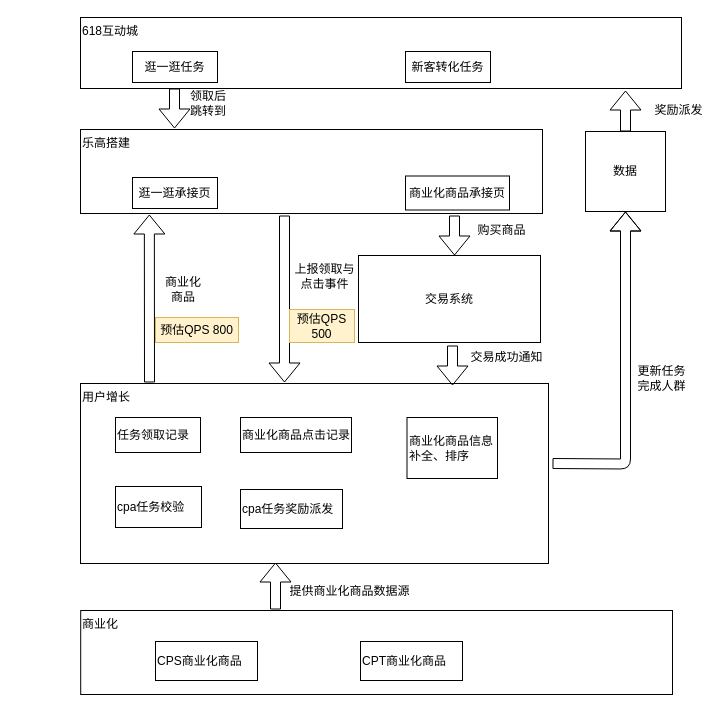
Above: 618互动城技术架构.drawio in zengnm/diagrams (draw.io), before the change. Source tidied: cells renumbered, new cells numbered last; positions are measured from the earlier drawing's top-left corner, leaving out a move shared by most shapes. Both pictures are drawn from the tidied source at 100%, with x=0, y=0 at pixel (80, 17).
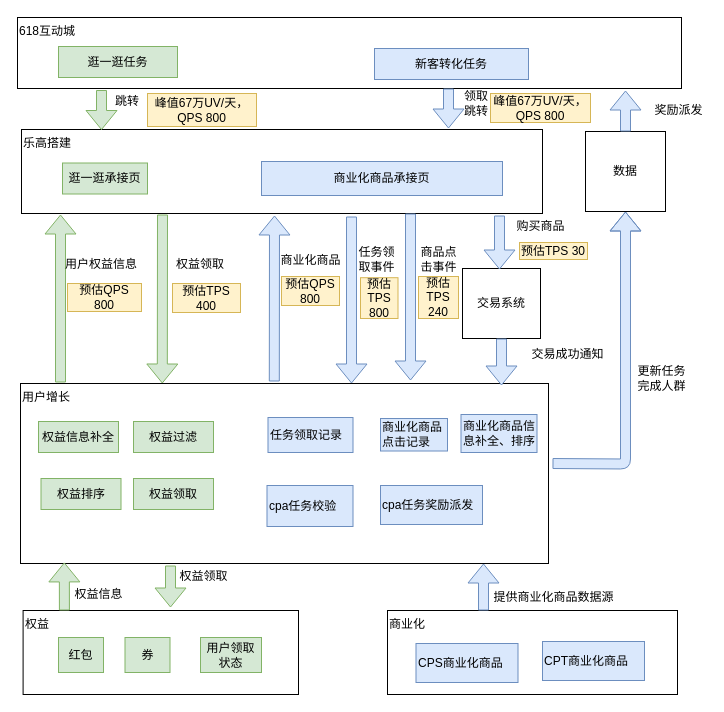
The same diagram, later.

Commit message:
Update 618互动城技术架构.drawio

Unchanged cells that the change refers to:
```xml
<mxCell id="30" value="数据" style="whiteSpace=wrap;html=1;rounded=0;align=center;" parent="1" vertex="1">
  <mxGeometry x="505" y="114" width="80" height="80" as="geometry" />
</mxCell>
```

What changed in the source:
```diff
@@
     <mxCell id="2" value="&lt;div&gt;&lt;span&gt;618互动城&lt;/span&gt;&lt;/div&gt;" style="rounded=0;whiteSpace=wrap;html=1;align=left;verticalAlign=top;" parent="1" vertex="1">
-      <mxGeometry width="601" height="71" as="geometry" />
+      <mxGeometry x="-63" width="664" height="71" as="geometry" />
     </mxCell>
     <mxCell id="3" value="乐高搭建" style="rounded=0;whiteSpace=wrap;html=1;align=left;verticalAlign=top;" parent="1" vertex="1">
-      <mxGeometry y="112" width="462" height="84" as="geometry" />
+      <mxGeometry x="-59" y="112" width="521" height="84" as="geometry" />
     </mxCell>
     <mxCell id="4" value="用户增长" style="rounded=0;whiteSpace=wrap;html=1;verticalAlign=top;align=left;" parent="1" vertex="1">
-      <mxGeometry y="366" width="468" height="180" as="geometry" />
+      <mxGeometry x="-60" y="366" width="528" height="180" as="geometry" />
     </mxCell>
-    <mxCell id="5" value="逛一逛任务" style="rounded=0;whiteSpace=wrap;html=1;" parent="1" vertex="1">
-      <mxGeometry x="52" y="34" width="85" height="31" as="geometry" />
+    <mxCell id="5" value="逛一逛任务" style="rounded=0;whiteSpace=wrap;html=1;fillColor=#d5e8d4;strokeColor=#82b366;" parent="1" vertex="1">
+      <mxGeometry x="-22" y="29" width="119" height="31" as="geometry" />
     </mxCell>
-    <mxCell id="6" value="新客转化任务" style="rounded=0;whiteSpace=wrap;html=1;" parent="1" vertex="1">
-      <mxGeometry x="325" y="34" width="85" height="31" as="geometry" />
+    <mxCell id="6" value="新客转化任务" style="rounded=0;whiteSpace=wrap;html=1;fillColor=#dae8fc;strokeColor=#6c8ebf;" parent="1" vertex="1">
+      <mxGeometry x="294" y="31" width="154" height="31" as="geometry" />
     </mxCell>
-    <mxCell id="7" value="逛一逛承接页" style="rounded=0;whiteSpace=wrap;html=1;" parent="1" vertex="1">
-      <mxGeometry x="52" y="160" width="85" height="31" as="geometry" />
+    <mxCell id="7" value="逛一逛承接页" style="rounded=0;whiteSpace=wrap;html=1;fillColor=#d5e8d4;strokeColor=#82b366;" parent="1" vertex="1">
+      <mxGeometry x="-18" y="145.5" width="85" height="31" as="geometry" />
     </mxCell>
-    <mxCell id="8" value="商业化商品承接页" style="rounded=0;whiteSpace=wrap;html=1;" parent="1" vertex="1">
-      <mxGeometry x="325" y="158.5" width="104" height="34" as="geometry" />
+    <mxCell id="8" value="商业化商品承接页" style="rounded=0;whiteSpace=wrap;html=1;fillColor=#dae8fc;strokeColor=#6c8ebf;" parent="1" vertex="1">
+      <mxGeometry x="181" y="144" width="241" height="34" as="geometry" />
     </mxCell>
-    <mxCell id="9" value="任务领取记录" style="rounded=0;whiteSpace=wrap;html=1;align=left;" parent="1" vertex="1">
-      <mxGeometry x="35" y="400" width="85" height="35" as="geometry" />
+    <mxCell id="9" value="任务领取记录" style="rounded=0;whiteSpace=wrap;html=1;align=left;fillColor=#dae8fc;strokeColor=#6c8ebf;" parent="1" vertex="1">
+      <mxGeometry x="187.5" y="400" width="85" height="35" as="geometry" />
     </mxCell>
-    <mxCell id="10" value="商业化商品点击记录" style="rounded=0;whiteSpace=wrap;html=1;align=left;" parent="1" vertex="1">
-      <mxGeometry x="160" y="400" width="111" height="35" as="geometry" />
+    <mxCell id="10" value="商业化商品点击记录" style="rounded=0;whiteSpace=wrap;html=1;align=left;fillColor=#dae8fc;strokeColor=#6c8ebf;" parent="1" vertex="1">
+      <mxGeometry x="300" y="401" width="67" height="32.5" as="geometry" />
     </mxCell>
-    <mxCell id="11" value="商业化商品信息补全、排序" style="rounded=0;whiteSpace=wrap;html=1;align=left;" parent="1" vertex="1">
-      <mxGeometry x="326.5" y="400" width="90.5" height="61" as="geometry" />
+    <mxCell id="11" value="商业化商品信息补全、排序" style="rounded=0;whiteSpace=wrap;html=1;align=left;fillColor=#dae8fc;strokeColor=#6c8ebf;" parent="1" vertex="1">
+      <mxGeometry x="380.5" y="397" width="76" height="38" as="geometry" />
     </mxCell>
     <mxCell id="12" value="商业化" style="rounded=0;whiteSpace=wrap;html=1;align=left;verticalAlign=top;" parent="1" vertex="1">
-      <mxGeometry x="0.2" y="593" width="591.8" height="84" as="geometry" />
+      <mxGeometry x="307" y="593" width="290" height="84" as="geometry" />
     </mxCell>
-    <mxCell id="13" value="cpa任务校验" style="rounded=0;whiteSpace=wrap;html=1;align=left;" parent="1" vertex="1">
-      <mxGeometry x="35" y="469" width="86" height="41" as="geometry" />
+    <mxCell id="13" value="cpa任务校验" style="rounded=0;whiteSpace=wrap;html=1;align=left;fillColor=#dae8fc;strokeColor=#6c8ebf;" parent="1" vertex="1">
+      <mxGeometry x="186.5" y="468" width="86" height="41" as="geometry" />
     </mxCell>
-    <mxCell id="14" value="cpa任务奖励派发" style="rounded=0;whiteSpace=wrap;html=1;align=left;" parent="1" vertex="1">
-      <mxGeometry x="160" y="472" width="102" height="39" as="geometry" />
+    <mxCell id="14" value="cpa任务奖励派发" style="rounded=0;whiteSpace=wrap;html=1;align=left;fillColor=#dae8fc;strokeColor=#6c8ebf;" parent="1" vertex="1">
+      <mxGeometry x="300" y="468" width="102" height="39" as="geometry" />
     </mxCell>
-    <mxCell id="15" value="CPS商业化商品" style="rounded=0;whiteSpace=wrap;html=1;align=left;" parent="1" vertex="1">
-      <mxGeometry x="75" y="624" width="102" height="39" as="geometry" />
+    <mxCell id="15" value="CPS商业化商品" style="rounded=0;whiteSpace=wrap;html=1;align=left;fillColor=#dae8fc;strokeColor=#6c8ebf;" parent="1" vertex="1">
+      <mxGeometry x="335.5" y="626" width="102" height="39" as="geometry" />
     </mxCell>
-    <mxCell id="16" value="CPT商业化商品" style="rounded=0;whiteSpace=wrap;html=1;align=left;" parent="1" vertex="1">
-      <mxGeometry x="280" y="624" width="102" height="39" as="geometry" />
+    <mxCell id="16" value="CPT商业化商品" style="rounded=0;whiteSpace=wrap;html=1;align=left;fillColor=#dae8fc;strokeColor=#6c8ebf;" parent="1" vertex="1">
+      <mxGeometry x="462" y="624" width="102" height="39" as="geometry" />
     </mxCell>
-    <mxCell id="17" style="shape=flexArrow;endArrow=classic;html=1;" parent="1" edge="1">
+    <mxCell id="17" style="shape=flexArrow;endArrow=classic;html=1;fillColor=#d5e8d4;strokeColor=#82b366;" parent="1" edge="1">
       <mxGeometry relative="1" as="geometry">
-        <mxPoint x="94" y="71" as="sourcePoint" />
-        <mxPoint x="94" y="111" as="targetPoint" />
+        <mxPoint x="21" y="72.5" as="sourcePoint" />
+        <mxPoint x="21" y="112.5" as="targetPoint" />
       </mxGeometry>
     </mxCell>
-    <mxCell id="18" value="领取后跳转到" style="text;html=1;strokeColor=none;fillColor=none;align=center;verticalAlign=middle;whiteSpace=wrap;rounded=0;" parent="1" vertex="1">
-      <mxGeometry x="108" y="76" width="40" height="20" as="geometry" />
+    <mxCell id="18" value="跳转" style="text;html=1;strokeColor=none;fillColor=none;align=center;verticalAlign=middle;whiteSpace=wrap;rounded=0;" parent="1" vertex="1">
+      <mxGeometry x="27" y="74" width="40" height="20" as="geometry" />
     </mxCell>
-    <mxCell id="19" style="shape=flexArrow;endArrow=classic;html=1;" parent="1" edge="1">
+    <mxCell id="19" style="shape=flexArrow;endArrow=classic;html=1;fillColor=#dae8fc;strokeColor=#6c8ebf;" parent="1" edge="1">
       <mxGeometry relative="1" as="geometry">
-        <mxPoint x="204" y="198" as="sourcePoint" />
-        <mxPoint x="204" y="365" as="targetPoint" />
+        <mxPoint x="271" y="199" as="sourcePoint" />
+        <mxPoint x="271" y="366" as="targetPoint" />
       </mxGeometry>
     </mxCell>
     <mxCell id="20" value="交易系统" style="rounded=0;whiteSpace=wrap;html=1;align=center;" parent="1" vertex="1">
-      <mxGeometry x="278" y="238" width="182" height="87" as="geometry" />
+      <mxGeometry x="382" y="251" width="78" height="70" as="geometry" />
     </mxCell>
-    <mxCell id="21" style="shape=flexArrow;endArrow=classic;html=1;" parent="1" edge="1">
+    <mxCell id="21" style="shape=flexArrow;endArrow=classic;html=1;entryX=0.385;entryY=0.014;entryDx=0;entryDy=0;entryPerimeter=0;fillColor=#dae8fc;strokeColor=#6c8ebf;" parent="1" edge="1">
       <mxGeometry relative="1" as="geometry">
-        <mxPoint x="374" y="198" as="sourcePoint" />
-        <mxPoint x="374" y="238" as="targetPoint" />
+        <mxPoint x="419" y="198" as="sourcePoint" />
+        <mxPoint x="419" y="252" as="targetPoint" />
       </mxGeometry>
     </mxCell>
-    <mxCell id="22" style="shape=flexArrow;endArrow=classic;html=1;" parent="1" edge="1">
+    <mxCell id="22" style="shape=flexArrow;endArrow=classic;html=1;exitX=0.5;exitY=1;exitDx=0;exitDy=0;fillColor=#dae8fc;strokeColor=#6c8ebf;" parent="1" edge="1" source="20">
       <mxGeometry relative="1" as="geometry">
-        <mxPoint x="372" y="328" as="sourcePoint" />
-        <mxPoint x="372" y="368" as="targetPoint" />
+        <mxPoint x="421" y="368" as="targetPoint" />
       </mxGeometry>
     </mxCell>
     <mxCell id="23" value="购买商品" style="text;html=1;strokeColor=none;fillColor=none;align=center;verticalAlign=middle;whiteSpace=wrap;rounded=0;" parent="1" vertex="1">
-      <mxGeometry x="391" y="203" width="61" height="19" as="geometry" />
+      <mxGeometry x="430" y="199" width="61" height="19" as="geometry" />
     </mxCell>
     <mxCell id="24" value="交易成功通知" style="text;html=1;strokeColor=none;fillColor=none;align=center;verticalAlign=middle;whiteSpace=wrap;rounded=0;" parent="1" vertex="1">
-      <mxGeometry x="382.8" y="328" width="87" height="23" as="geometry" />
+      <mxGeometry x="444" y="325" width="87" height="23" as="geometry" />
     </mxCell>
-    <mxCell id="25" value="上报领取与点击事件" style="text;html=1;strokeColor=none;fillColor=none;align=center;verticalAlign=middle;whiteSpace=wrap;rounded=0;" parent="1" vertex="1">
-      <mxGeometry x="211" y="231" width="67" height="56" as="geometry" />
+    <mxCell id="25" value="商品点击事件" style="text;html=1;strokeColor=none;fillColor=none;align=center;verticalAlign=middle;whiteSpace=wrap;rounded=0;" parent="1" vertex="1">
+      <mxGeometry x="335.5" y="227" width="45" height="30" as="geometry" />
     </mxCell>
-    <mxCell id="26" style="shape=flexArrow;endArrow=classic;html=1;" parent="1" edge="1">
+    <mxCell id="26" style="shape=flexArrow;endArrow=classic;html=1;fillColor=#dae8fc;strokeColor=#6c8ebf;" parent="1" edge="1">
       <mxGeometry relative="1" as="geometry">
-        <mxPoint x="195" y="592" as="sourcePoint" />
-        <mxPoint x="195" y="545" as="targetPoint" />
+        <mxPoint x="403" y="593" as="sourcePoint" />
+        <mxPoint x="403" y="546" as="targetPoint" />
       </mxGeometry>
     </mxCell>
-    <mxCell id="27" style="shape=flexArrow;endArrow=classic;html=1;entryX=0.149;entryY=1.012;entryDx=0;entryDy=0;entryPerimeter=0;" parent="1" edge="1" target="3">
+    <mxCell id="27" style="shape=flexArrow;endArrow=classic;html=1;fillColor=#d5e8d4;strokeColor=#82b366;" parent="1" edge="1">
       <mxGeometry relative="1" as="geometry">
-        <mxPoint x="69" y="365" as="sourcePoint" />
+        <mxPoint x="-20" y="365" as="sourcePoint" />
+        <mxPoint x="-20" y="197" as="targetPoint" />
       </mxGeometry>
     </mxCell>
-    <mxCell id="28" value="商业化商品" style="text;html=1;strokeColor=none;fillColor=none;align=center;verticalAlign=middle;whiteSpace=wrap;rounded=0;" parent="1" vertex="1">
-      <mxGeometry x="83" y="262" width="40" height="20" as="geometry" />
+    <mxCell id="28" value="任务领取事件" style="text;html=1;strokeColor=none;fillColor=none;align=center;verticalAlign=middle;whiteSpace=wrap;rounded=0;" parent="1" vertex="1">
+      <mxGeometry x="273.6" y="232" width="45" height="20" as="geometry" />
     </mxCell>
     <mxCell id="29" value="提供商业化商品数据源" style="text;html=1;strokeColor=none;fillColor=none;align=center;verticalAlign=middle;whiteSpace=wrap;rounded=0;" parent="1" vertex="1">
-      <mxGeometry x="206" y="561" width="127" height="26" as="geometry" />
+      <mxGeometry x="409.5" y="567" width="127" height="26" as="geometry" />
     </mxCell>
@@
-    <mxCell id="31" style="shape=flexArrow;endArrow=classic;html=1;entryX=0.5;entryY=1;entryDx=0;entryDy=0;edgeStyle=orthogonalEdgeStyle;" parent="1" edge="1" target="30">
+    <mxCell id="31" style="shape=flexArrow;endArrow=classic;html=1;entryX=0.5;entryY=1;entryDx=0;entryDy=0;edgeStyle=orthogonalEdgeStyle;fillColor=#dae8fc;strokeColor=#6c8ebf;" parent="1" edge="1" target="30">
       <mxGeometry relative="1" as="geometry">
         <mxPoint x="472" y="446" as="sourcePoint" />
       </mxGeometry>
     </mxCell>
-    <mxCell id="32" style="shape=flexArrow;endArrow=classic;html=1;exitX=0.5;exitY=0;exitDx=0;exitDy=0;" parent="1" edge="1" source="30">
+    <mxCell id="32" style="shape=flexArrow;endArrow=classic;html=1;exitX=0.5;exitY=0;exitDx=0;exitDy=0;fillColor=#dae8fc;strokeColor=#6c8ebf;" parent="1" edge="1" source="30">
       <mxGeometry relative="1" as="geometry">
         <mxPoint x="545" y="73" as="targetPoint" />
       </mxGeometry>
     </mxCell>
@@
-    <mxCell id="35" value="预估QPS 800" style="text;html=1;strokeColor=#d6b656;fillColor=#fff2cc;align=center;verticalAlign=middle;whiteSpace=wrap;rounded=0;" parent="1" vertex="1">
-      <mxGeometry x="75" y="300" width="83" height="25" as="geometry" />
+    <mxCell id="35" value="预估TPS 240" style="text;html=1;strokeColor=#d6b656;fillColor=#fff2cc;align=center;verticalAlign=middle;whiteSpace=wrap;rounded=0;" parent="1" vertex="1">
+      <mxGeometry x="338" y="259" width="40" height="42" as="geometry" />
     </mxCell>
-    <mxCell id="36" value="预估QPS 500" style="text;html=1;strokeColor=#d6b656;fillColor=#fff2cc;align=center;verticalAlign=middle;whiteSpace=wrap;rounded=0;" parent="1" vertex="1">
-      <mxGeometry x="209" y="292" width="65" height="33" as="geometry" />
+    <mxCell id="36" value="预估QPS 800" style="text;html=1;strokeColor=#d6b656;fillColor=#fff2cc;align=center;verticalAlign=middle;whiteSpace=wrap;rounded=0;" parent="1" vertex="1">
+      <mxGeometry x="201" y="259" width="58" height="29" as="geometry" />
     </mxCell>
+    <mxCell id="37" value="峰值67万UV/天，QPS 800" style="text;html=1;strokeColor=#d6b656;fillColor=#fff2cc;align=center;verticalAlign=middle;whiteSpace=wrap;rounded=0;" parent="1" vertex="1">
+      <mxGeometry x="67" y="76" width="109" height="33" as="geometry" />
+    </mxCell>
+    <mxCell id="38" value="预估TPS 30" style="text;html=1;strokeColor=#d6b656;fillColor=#fff2cc;align=center;verticalAlign=middle;whiteSpace=wrap;rounded=0;" parent="1" vertex="1">
+      <mxGeometry x="439" y="225" width="68" height="17" as="geometry" />
+    </mxCell>
+    <mxCell id="39" style="shape=flexArrow;endArrow=classic;html=1;fillColor=#dae8fc;strokeColor=#6c8ebf;" parent="1" edge="1">
+      <mxGeometry relative="1" as="geometry">
+        <mxPoint x="368" y="71" as="sourcePoint" />
+        <mxPoint x="368" y="111" as="targetPoint" />
+      </mxGeometry>
+    </mxCell>
+    <mxCell id="40" value="峰值67万UV/天，QPS 800" style="text;html=1;strokeColor=#d6b656;fillColor=#fff2cc;align=center;verticalAlign=middle;whiteSpace=wrap;rounded=0;" parent="1" vertex="1">
+      <mxGeometry x="410" y="76" width="100" height="29" as="geometry" />
+    </mxCell>
+    <mxCell id="41" value="用户权益信息" style="text;html=1;strokeColor=none;fillColor=none;align=center;verticalAlign=middle;whiteSpace=wrap;rounded=0;" parent="1" vertex="1">
+      <mxGeometry x="-19" y="239" width="80" height="15" as="geometry" />
+    </mxCell>
+    <mxCell id="42" value="预估QPS 800" style="rounded=0;whiteSpace=wrap;html=1;fillColor=#fff2cc;strokeColor=#d6b656;" parent="1" vertex="1">
+      <mxGeometry x="-13" y="266" width="74" height="28" as="geometry" />
+    </mxCell>
+    <mxCell id="43" style="shape=flexArrow;endArrow=classic;html=1;fillColor=#dae8fc;strokeColor=#6c8ebf;" parent="1" edge="1">
+      <mxGeometry relative="1" as="geometry">
+        <mxPoint x="330" y="196" as="sourcePoint" />
+        <mxPoint x="330" y="363" as="targetPoint" />
+      </mxGeometry>
+    </mxCell>
+    <mxCell id="44" style="shape=flexArrow;endArrow=classic;html=1;exitX=0.475;exitY=-0.011;exitDx=0;exitDy=0;exitPerimeter=0;fillColor=#dae8fc;strokeColor=#6c8ebf;" parent="1" edge="1">
+      <mxGeometry relative="1" as="geometry">
+        <mxPoint x="193.8" y="364" as="sourcePoint" />
+        <mxPoint x="194" y="198" as="targetPoint" />
+      </mxGeometry>
+    </mxCell>
+    <mxCell id="45" value="商业化商品" style="text;html=1;align=center;verticalAlign=middle;strokeColor=none;" parent="1" vertex="1">
+      <mxGeometry x="195" y="234" width="70" height="18" as="geometry" />
+    </mxCell>
+    <mxCell id="46" value="预估TPS 800" style="text;html=1;strokeColor=#d6b656;fillColor=#fff2cc;align=center;verticalAlign=middle;whiteSpace=wrap;rounded=0;" parent="1" vertex="1">
+      <mxGeometry x="280" y="260.2" width="37.5" height="40.8" as="geometry" />
+    </mxCell>
+    <mxCell id="47" value="权益" style="rounded=0;whiteSpace=wrap;html=1;align=left;verticalAlign=top;" parent="1" vertex="1">
+      <mxGeometry x="-57.4" y="593" width="275.4" height="84" as="geometry" />
+    </mxCell>
+    <mxCell id="48" value="红包" style="rounded=0;whiteSpace=wrap;html=1;fillColor=#d5e8d4;strokeColor=#82b366;" parent="1" vertex="1">
+      <mxGeometry x="-22" y="620" width="45" height="35" as="geometry" />
+    </mxCell>
+    <mxCell id="49" value="券" style="rounded=0;whiteSpace=wrap;html=1;fillColor=#d5e8d4;strokeColor=#82b366;" parent="1" vertex="1">
+      <mxGeometry x="44.5" y="620" width="45" height="35" as="geometry" />
+    </mxCell>
+    <mxCell id="50" value="用户领取状态" style="rounded=0;whiteSpace=wrap;html=1;fillColor=#d5e8d4;strokeColor=#82b366;" parent="1" vertex="1">
+      <mxGeometry x="120" y="620" width="61" height="35" as="geometry" />
+    </mxCell>
+    <mxCell id="51" style="shape=flexArrow;endArrow=classic;html=1;entryX=0.083;entryY=0.994;entryDx=0;entryDy=0;entryPerimeter=0;exitX=0.15;exitY=0;exitDx=0;exitDy=0;exitPerimeter=0;fillColor=#d5e8d4;strokeColor=#82b366;" parent="1" edge="1" source="47" target="4">
+      <mxGeometry relative="1" as="geometry" />
+    </mxCell>
+    <mxCell id="52" value="权益信息" style="text;html=1;strokeColor=none;fillColor=none;align=center;verticalAlign=middle;whiteSpace=wrap;rounded=0;" parent="1" vertex="1">
+      <mxGeometry x="-13" y="564" width="62.5" height="26" as="geometry" />
+    </mxCell>
+    <mxCell id="53" value="权益信息补全" style="rounded=0;whiteSpace=wrap;html=1;fillColor=#d5e8d4;strokeColor=#82b366;" parent="1" vertex="1">
+      <mxGeometry x="-42" y="404" width="80" height="31" as="geometry" />
+    </mxCell>
+    <mxCell id="54" value="权益过滤" style="rounded=0;whiteSpace=wrap;html=1;fillColor=#d5e8d4;strokeColor=#82b366;" parent="1" vertex="1">
+      <mxGeometry x="53" y="404" width="80" height="31" as="geometry" />
+    </mxCell>
+    <mxCell id="55" value="权益排序" style="rounded=0;whiteSpace=wrap;html=1;fillColor=#d5e8d4;strokeColor=#82b366;" parent="1" vertex="1">
+      <mxGeometry x="-39.5" y="461" width="80" height="31" as="geometry" />
+    </mxCell>
+    <mxCell id="56" value="权益领取" style="rounded=0;whiteSpace=wrap;html=1;fillColor=#d5e8d4;strokeColor=#82b366;" parent="1" vertex="1">
+      <mxGeometry x="53" y="461" width="80" height="31" as="geometry" />
+    </mxCell>
+    <mxCell id="57" style="shape=flexArrow;endArrow=classic;html=1;entryX=0.297;entryY=0;entryDx=0;entryDy=0;entryPerimeter=0;fillColor=#d5e8d4;strokeColor=#82b366;" parent="1" edge="1">
+      <mxGeometry relative="1" as="geometry">
+        <mxPoint x="82" y="197" as="sourcePoint" />
+        <mxPoint x="81.8" y="366" as="targetPoint" />
+      </mxGeometry>
+    </mxCell>
+    <mxCell id="58" value="权益领取" style="text;html=1;strokeColor=none;fillColor=none;align=center;verticalAlign=middle;whiteSpace=wrap;rounded=0;" parent="1" vertex="1">
+      <mxGeometry x="95" y="237" width="50" height="20" as="geometry" />
+    </mxCell>
+    <mxCell id="59" value="预估TPS&lt;br&gt;400" style="rounded=0;whiteSpace=wrap;html=1;fillColor=#fff2cc;strokeColor=#d6b656;" parent="1" vertex="1">
+      <mxGeometry x="92" y="266" width="68" height="29" as="geometry" />
+    </mxCell>
+    <mxCell id="60" style="shape=flexArrow;endArrow=classic;html=1;fillColor=#d5e8d4;strokeColor=#82b366;" parent="1" edge="1">
+      <mxGeometry relative="1" as="geometry">
+        <mxPoint x="90" y="548" as="sourcePoint" />
+        <mxPoint x="90" y="590" as="targetPoint" />
+      </mxGeometry>
+    </mxCell>
+    <mxCell id="61" value="权益领取" style="text;html=1;strokeColor=none;fillColor=none;align=center;verticalAlign=middle;whiteSpace=wrap;rounded=0;" parent="1" vertex="1">
+      <mxGeometry x="92" y="546" width="62.5" height="26" as="geometry" />
+    </mxCell>
+    <mxCell id="62" value="领取跳转" style="text;html=1;strokeColor=none;fillColor=none;align=center;verticalAlign=middle;whiteSpace=wrap;rounded=0;" parent="1" vertex="1">
+      <mxGeometry x="378" y="76" width="36" height="20" as="geometry" />
+    </mxCell>
```
